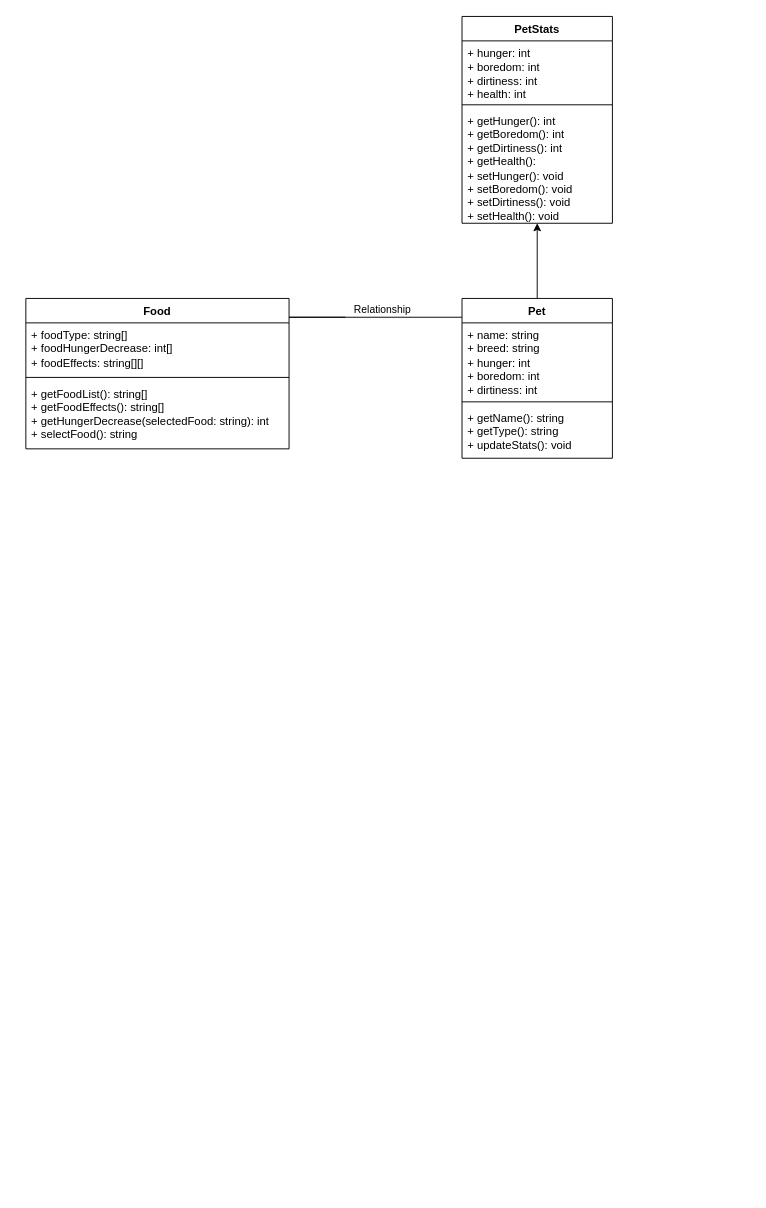
Above: Tamagotchi UML Diagram.drawio in purkeyratwit/COMP-1050-Project (draw.io), before the change. Source tidied: cells renumbered, new cells numbered last; positions are measured from the earlier drawing's top-left corner, leaving out a move shared by most shapes. Both pictures are drawn from the tidied source at 94%, with x=0, y=0 at pixel (25, 16).
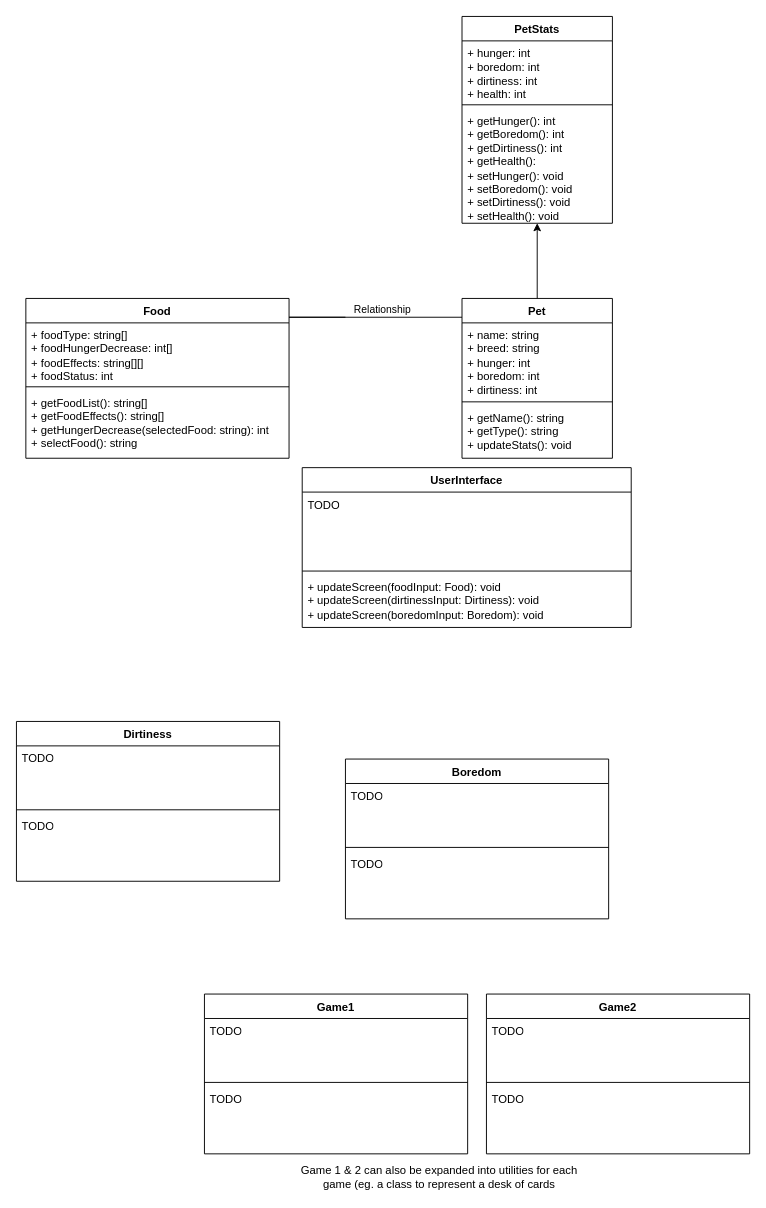
The same page after the edit.

Commit message:
Added 5 additional empty classes

Change to the diagram source:
```diff
@@
     <mxCell id="6" value="Food" style="swimlane;fontStyle=1;align=center;verticalAlign=top;horizontal=1;startSize=26;whiteSpace=wrap;html=1;" parent="1" vertex="1">
-      <mxGeometry y="300" width="280" height="160" as="geometry" />
+      <mxGeometry y="300" width="280" height="170" as="geometry" />
     </mxCell>
-    <mxCell id="7" value="+ foodType: string[]&lt;div&gt;+ foodHungerDecrease: int[]&lt;/div&gt;&lt;div&gt;+ foodEffects: string[][]&lt;/div&gt;" style="text;strokeColor=none;fillColor=none;align=left;verticalAlign=top;spacingLeft=4;spacingRight=4;overflow=hidden;whiteSpace=wrap;html=1;" parent="6" vertex="1">
-      <mxGeometry y="26" width="280" height="54" as="geometry" />
+    <mxCell id="7" value="+ foodType: string[]&lt;div&gt;+ foodHungerDecrease: int[]&lt;/div&gt;&lt;div&gt;+ foodEffects: string[][]&lt;/div&gt;&lt;div&gt;+ foodStatus: int&lt;/div&gt;" style="text;strokeColor=none;fillColor=none;align=left;verticalAlign=top;spacingLeft=4;spacingRight=4;overflow=hidden;whiteSpace=wrap;html=1;" parent="6" vertex="1">
+      <mxGeometry y="26" width="280" height="64" as="geometry" />
     </mxCell>
     <mxCell id="8" style="line;strokeWidth=1;fillColor=none;align=left;verticalAlign=middle;spacingTop=-1;spacingLeft=3;spacingRight=3;labelPosition=right;strokeColor=inherit;" parent="6" vertex="1">
-      <mxGeometry y="80" width="280" height="8" as="geometry" />
+      <mxGeometry y="90" width="280" height="8" as="geometry" />
     </mxCell>
     <mxCell id="9" value="+ getFoodList(): string[]&lt;div&gt;+ getFoodEffects(): string[]&lt;/div&gt;&lt;div&gt;+ getHungerDecrease(selectedFood: string): int&lt;/div&gt;&lt;div&gt;+ selectFood(): string&lt;br&gt;&lt;/div&gt;" style="text;strokeColor=none;fillColor=none;align=left;verticalAlign=top;spacingLeft=4;spacingRight=4;overflow=hidden;whiteSpace=wrap;html=1;" parent="6" vertex="1">
-      <mxGeometry y="88" width="280" height="72" as="geometry" />
+      <mxGeometry y="98" width="280" height="72" as="geometry" />
     </mxCell>
@@
+    <mxCell id="17" value="UserInterface" style="swimlane;fontStyle=1;align=center;verticalAlign=top;horizontal=1;startSize=26;whiteSpace=wrap;html=1;" parent="1" vertex="1">
+      <mxGeometry x="294" y="480" width="350" height="170" as="geometry" />
+    </mxCell>
+    <mxCell id="18" value="TODO" style="text;strokeColor=none;fillColor=none;align=left;verticalAlign=top;spacingLeft=4;spacingRight=4;overflow=hidden;whiteSpace=wrap;html=1;" parent="17" vertex="1">
+      <mxGeometry y="26" width="350" height="80" as="geometry" />
+    </mxCell>
+    <mxCell id="19" style="line;strokeWidth=1;fillColor=none;align=left;verticalAlign=middle;spacingTop=-1;spacingLeft=3;spacingRight=3;labelPosition=right;strokeColor=inherit;" parent="17" vertex="1">
+      <mxGeometry y="106" width="350" height="8" as="geometry" />
+    </mxCell>
+    <mxCell id="20" value="+ updateScreen(foodInput: Food): void&lt;div&gt;+ updateScreen(dirtinessInput: Dirtiness): void&lt;/div&gt;&lt;div&gt;+ updateScreen(boredomInput: Boredom): void&lt;span style=&quot;background-color: transparent; color: light-dark(rgb(0, 0, 0), rgb(255, 255, 255));&quot;&gt;&amp;nbsp;&lt;/span&gt;&lt;/div&gt;" style="text;strokeColor=none;fillColor=none;align=left;verticalAlign=top;spacingLeft=4;spacingRight=4;overflow=hidden;whiteSpace=wrap;html=1;" parent="17" vertex="1">
+      <mxGeometry y="114" width="350" height="56" as="geometry" />
+    </mxCell>
+    <mxCell id="21" value="Dirtiness" style="swimlane;fontStyle=1;align=center;verticalAlign=top;horizontal=1;startSize=26;whiteSpace=wrap;html=1;" parent="1" vertex="1">
+      <mxGeometry x="-10" y="750" width="280" height="170" as="geometry" />
+    </mxCell>
+    <mxCell id="22" value="TODO" style="text;strokeColor=none;fillColor=none;align=left;verticalAlign=top;spacingLeft=4;spacingRight=4;overflow=hidden;whiteSpace=wrap;html=1;" parent="21" vertex="1">
+      <mxGeometry y="26" width="280" height="64" as="geometry" />
+    </mxCell>
+    <mxCell id="23" style="line;strokeWidth=1;fillColor=none;align=left;verticalAlign=middle;spacingTop=-1;spacingLeft=3;spacingRight=3;labelPosition=right;strokeColor=inherit;" parent="21" vertex="1">
+      <mxGeometry y="90" width="280" height="8" as="geometry" />
+    </mxCell>
+    <mxCell id="24" value="&lt;div&gt;TODO&lt;/div&gt;&lt;div&gt;&lt;br&gt;&lt;/div&gt;" style="text;strokeColor=none;fillColor=none;align=left;verticalAlign=top;spacingLeft=4;spacingRight=4;overflow=hidden;whiteSpace=wrap;html=1;" parent="21" vertex="1">
+      <mxGeometry y="98" width="280" height="72" as="geometry" />
+    </mxCell>
+    <mxCell id="25" value="Boredom" style="swimlane;fontStyle=1;align=center;verticalAlign=top;horizontal=1;startSize=26;whiteSpace=wrap;html=1;" parent="1" vertex="1">
+      <mxGeometry x="340" y="790" width="280" height="170" as="geometry" />
+    </mxCell>
+    <mxCell id="26" value="TODO" style="text;strokeColor=none;fillColor=none;align=left;verticalAlign=top;spacingLeft=4;spacingRight=4;overflow=hidden;whiteSpace=wrap;html=1;" parent="25" vertex="1">
+      <mxGeometry y="26" width="280" height="64" as="geometry" />
+    </mxCell>
+    <mxCell id="27" style="line;strokeWidth=1;fillColor=none;align=left;verticalAlign=middle;spacingTop=-1;spacingLeft=3;spacingRight=3;labelPosition=right;strokeColor=inherit;" parent="25" vertex="1">
+      <mxGeometry y="90" width="280" height="8" as="geometry" />
+    </mxCell>
+    <mxCell id="28" value="&lt;div&gt;TODO&lt;/div&gt;&lt;div&gt;&lt;br&gt;&lt;/div&gt;" style="text;strokeColor=none;fillColor=none;align=left;verticalAlign=top;spacingLeft=4;spacingRight=4;overflow=hidden;whiteSpace=wrap;html=1;" parent="25" vertex="1">
+      <mxGeometry y="98" width="280" height="72" as="geometry" />
+    </mxCell>
+    <mxCell id="29" value="Game1" style="swimlane;fontStyle=1;align=center;verticalAlign=top;horizontal=1;startSize=26;whiteSpace=wrap;html=1;" parent="1" vertex="1">
+      <mxGeometry x="190" y="1040" width="280" height="170" as="geometry" />
+    </mxCell>
+    <mxCell id="30" value="TODO" style="text;strokeColor=none;fillColor=none;align=left;verticalAlign=top;spacingLeft=4;spacingRight=4;overflow=hidden;whiteSpace=wrap;html=1;" parent="29" vertex="1">
+      <mxGeometry y="26" width="280" height="64" as="geometry" />
+    </mxCell>
+    <mxCell id="31" style="line;strokeWidth=1;fillColor=none;align=left;verticalAlign=middle;spacingTop=-1;spacingLeft=3;spacingRight=3;labelPosition=right;strokeColor=inherit;" parent="29" vertex="1">
+      <mxGeometry y="90" width="280" height="8" as="geometry" />
+    </mxCell>
+    <mxCell id="32" value="&lt;div&gt;TODO&lt;/div&gt;&lt;div&gt;&lt;br&gt;&lt;/div&gt;" style="text;strokeColor=none;fillColor=none;align=left;verticalAlign=top;spacingLeft=4;spacingRight=4;overflow=hidden;whiteSpace=wrap;html=1;" parent="29" vertex="1">
+      <mxGeometry y="98" width="280" height="72" as="geometry" />
+    </mxCell>
+    <mxCell id="33" value="Game2" style="swimlane;fontStyle=1;align=center;verticalAlign=top;horizontal=1;startSize=26;whiteSpace=wrap;html=1;" parent="1" vertex="1">
+      <mxGeometry x="490" y="1040" width="280" height="170" as="geometry" />
+    </mxCell>
+    <mxCell id="34" value="TODO" style="text;strokeColor=none;fillColor=none;align=left;verticalAlign=top;spacingLeft=4;spacingRight=4;overflow=hidden;whiteSpace=wrap;html=1;" parent="33" vertex="1">
+      <mxGeometry y="26" width="280" height="64" as="geometry" />
+    </mxCell>
+    <mxCell id="35" style="line;strokeWidth=1;fillColor=none;align=left;verticalAlign=middle;spacingTop=-1;spacingLeft=3;spacingRight=3;labelPosition=right;strokeColor=inherit;" parent="33" vertex="1">
+      <mxGeometry y="90" width="280" height="8" as="geometry" />
+    </mxCell>
+    <mxCell id="36" value="&lt;div&gt;TODO&lt;/div&gt;&lt;div&gt;&lt;br&gt;&lt;/div&gt;" style="text;strokeColor=none;fillColor=none;align=left;verticalAlign=top;spacingLeft=4;spacingRight=4;overflow=hidden;whiteSpace=wrap;html=1;" parent="33" vertex="1">
+      <mxGeometry y="98" width="280" height="72" as="geometry" />
+    </mxCell>
+    <mxCell id="37" value="Game 1 &amp;amp; 2 can also be expanded into utilities for each game (eg. a class to represent a desk of cards" style="text;html=1;align=center;verticalAlign=middle;whiteSpace=wrap;rounded=0;" parent="1" vertex="1">
+      <mxGeometry x="290" y="1220" width="300" height="30" as="geometry" />
+    </mxCell>
```
